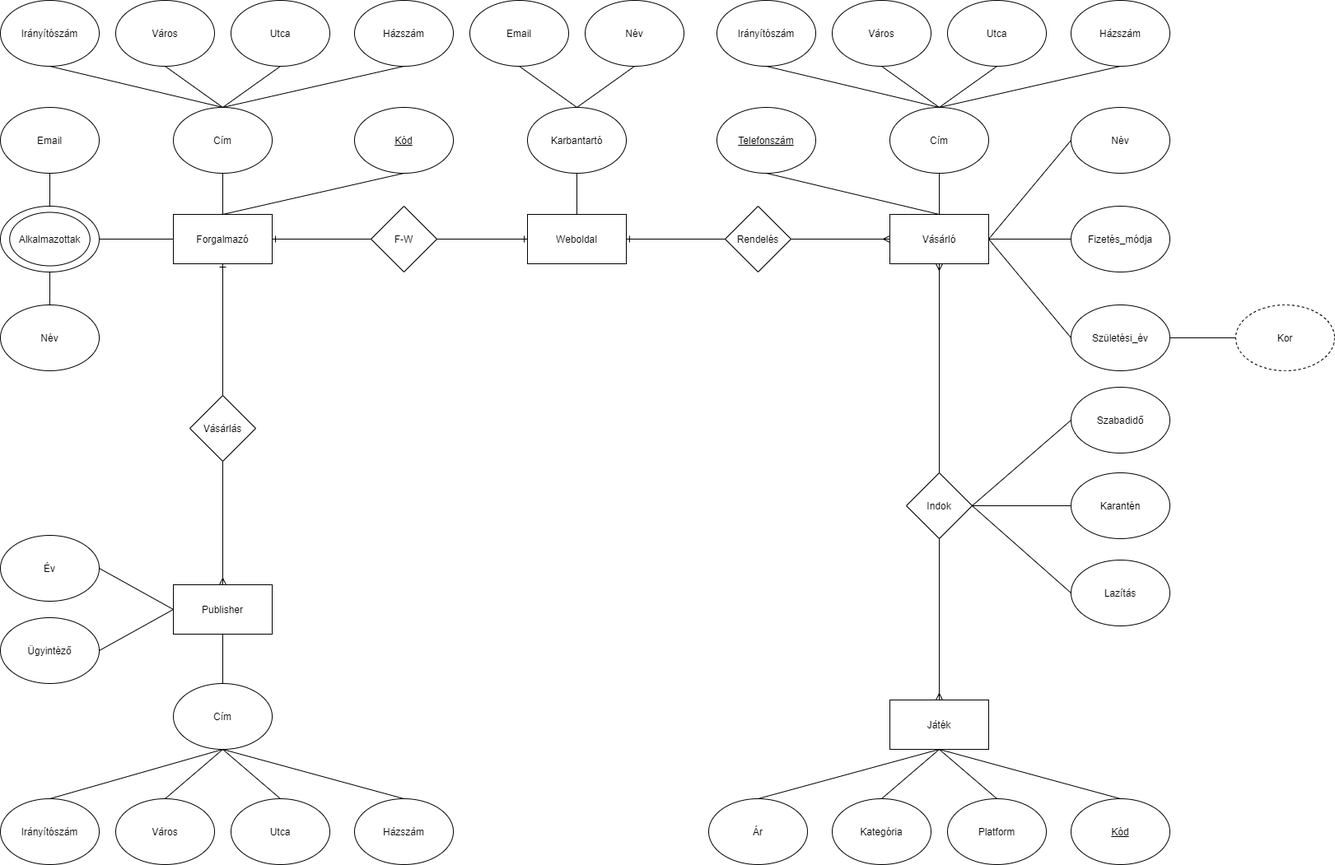
Above: XMLTaskBPWTW0/ERBPWTW0.png in martonmengyan/BPWTW0_XMLGyak (draw.io), before the change. Source tidied: cells renumbered, new cells last; positions are measured from the earlier drawing's top-left corner, leaving out a move shared by most shapes. The source it was exported from:
```xml
<mxGraphModel>
  <root>
    <mxCell id="0" />
    <mxCell id="1" parent="0" />
    <mxCell id="2" value="Forgalmazó" style="rounded=0;whiteSpace=wrap;html=1;" parent="1" vertex="1">
      <mxGeometry x="210" y="260" width="120" height="60" as="geometry" />
    </mxCell>
    <mxCell id="3" value="Cím" style="ellipse;whiteSpace=wrap;html=1;" parent="1" vertex="1">
      <mxGeometry x="210" y="130" width="120" height="80" as="geometry" />
    </mxCell>
    <mxCell id="4" value="Város" style="ellipse;whiteSpace=wrap;html=1;" parent="1" vertex="1">
      <mxGeometry x="140" width="120" height="80" as="geometry" />
    </mxCell>
    <mxCell id="5" value="Utca" style="ellipse;whiteSpace=wrap;html=1;" parent="1" vertex="1">
      <mxGeometry x="280" width="120" height="80" as="geometry" />
    </mxCell>
    <mxCell id="6" value="Irányítószám" style="ellipse;whiteSpace=wrap;html=1;" parent="1" vertex="1">
      <mxGeometry width="120" height="80" as="geometry" />
    </mxCell>
    <mxCell id="7" value="Házszám" style="ellipse;whiteSpace=wrap;html=1;" parent="1" vertex="1">
      <mxGeometry x="430" width="120" height="80" as="geometry" />
    </mxCell>
    <mxCell id="8" style="endArrow=none;html=1;exitX=0.5;exitY=1;exitDx=0;exitDy=0;entryX=0.5;entryY=0;entryDx=0;entryDy=0;" parent="1" edge="1" source="3" target="2">
      <mxGeometry relative="1" as="geometry" />
    </mxCell>
    <mxCell id="9" style="endArrow=none;html=1;exitX=0.5;exitY=0;exitDx=0;exitDy=0;entryX=0.5;entryY=1;entryDx=0;entryDy=0;" parent="1" edge="1" source="3" target="6">
      <mxGeometry relative="1" as="geometry" />
    </mxCell>
    <mxCell id="10" style="endArrow=none;html=1;exitX=0.5;exitY=1;exitDx=0;exitDy=0;entryX=0.5;entryY=0;entryDx=0;entryDy=0;" parent="1" edge="1" source="4" target="3">
      <mxGeometry relative="1" as="geometry" />
    </mxCell>
    <mxCell id="11" style="endArrow=none;html=1;exitX=0.5;exitY=1;exitDx=0;exitDy=0;entryX=0.5;entryY=0;entryDx=0;entryDy=0;" parent="1" edge="1" source="5" target="3">
      <mxGeometry relative="1" as="geometry" />
    </mxCell>
    <mxCell id="12" style="endArrow=none;html=1;exitX=0.5;exitY=1;exitDx=0;exitDy=0;entryX=0.5;entryY=0;entryDx=0;entryDy=0;" parent="1" edge="1" source="7" target="3">
      <mxGeometry relative="1" as="geometry" />
    </mxCell>
    <mxCell id="13" style="ellipse;whiteSpace=wrap;html=1;" parent="1" vertex="1">
      <mxGeometry y="250" width="120" height="80" as="geometry" />
    </mxCell>
    <mxCell id="14" style="endArrow=none;html=1;exitX=0;exitY=0.5;exitDx=0;exitDy=0;entryX=1;entryY=0.5;entryDx=0;entryDy=0;" parent="1" edge="1" source="2" target="13">
      <mxGeometry relative="1" as="geometry" />
    </mxCell>
    <mxCell id="15" value="Email" style="ellipse;whiteSpace=wrap;html=1;" parent="1" vertex="1">
      <mxGeometry y="130" width="120" height="80" as="geometry" />
    </mxCell>
    <mxCell id="16" value="Név" style="ellipse;whiteSpace=wrap;html=1;" parent="1" vertex="1">
      <mxGeometry y="370" width="120" height="80" as="geometry" />
    </mxCell>
    <mxCell id="17" value="Alkalmazottak" style="ellipse;whiteSpace=wrap;html=1;" parent="1" vertex="1">
      <mxGeometry x="11.2" y="257.5" width="97.5" height="65" as="geometry" />
    </mxCell>
    <mxCell id="18" style="endArrow=none;html=1;exitX=0.5;exitY=1;exitDx=0;exitDy=0;entryX=0.5;entryY=0;entryDx=0;entryDy=0;" parent="1" edge="1" source="15" target="13">
      <mxGeometry relative="1" as="geometry" />
    </mxCell>
    <mxCell id="19" style="endArrow=none;html=1;exitX=0.5;exitY=1;exitDx=0;exitDy=0;entryX=0.5;entryY=0;entryDx=0;entryDy=0;" parent="1" edge="1" source="13" target="16">
      <mxGeometry relative="1" as="geometry" />
    </mxCell>
    <mxCell id="20" value="&lt;u&gt;Kód&lt;/u&gt;" style="ellipse;whiteSpace=wrap;html=1;gradientColor=none;" parent="1" vertex="1">
      <mxGeometry x="430" y="130" width="120" height="80" as="geometry" />
    </mxCell>
    <mxCell id="21" style="endArrow=none;html=1;exitX=0.5;exitY=0;exitDx=0;exitDy=0;entryX=0.5;entryY=1;entryDx=0;entryDy=0;" parent="1" edge="1" source="2" target="20">
      <mxGeometry relative="1" as="geometry" />
    </mxCell>
    <mxCell id="22" style="endArrow=none;html=1;exitX=1;exitY=0.5;exitDx=0;exitDy=0;startArrow=ERone;startFill=0;" parent="1" edge="1" source="2">
      <mxGeometry relative="1" as="geometry">
        <mxPoint x="530" y="290" as="targetPoint" />
      </mxGeometry>
    </mxCell>
    <mxCell id="23" value="F-W" style="rhombus;whiteSpace=wrap;html=1;gradientColor=none;" parent="1" vertex="1">
      <mxGeometry x="450" y="250" width="80" height="80" as="geometry" />
    </mxCell>
    <mxCell id="24" style="endArrow=ERone;html=1;exitX=1;exitY=0.5;exitDx=0;exitDy=0;entryX=0;entryY=0.5;entryDx=0;entryDy=0;endFill=0;" parent="1" edge="1" source="23" target="25">
      <mxGeometry relative="1" as="geometry" />
    </mxCell>
    <mxCell id="25" value="Weboldal" style="rounded=0;whiteSpace=wrap;html=1;gradientColor=none;" parent="1" vertex="1">
      <mxGeometry x="640" y="260" width="120" height="60" as="geometry" />
    </mxCell>
    <mxCell id="26" value="Karbantartó" style="ellipse;whiteSpace=wrap;html=1;gradientColor=none;" parent="1" vertex="1">
      <mxGeometry x="640" y="130" width="120" height="80" as="geometry" />
    </mxCell>
    <mxCell id="27" value="Email" style="ellipse;whiteSpace=wrap;html=1;gradientColor=none;" parent="1" vertex="1">
      <mxGeometry x="570" width="120" height="80" as="geometry" />
    </mxCell>
    <mxCell id="28" value="Név" style="ellipse;whiteSpace=wrap;html=1;gradientColor=none;" parent="1" vertex="1">
      <mxGeometry x="710" width="120" height="80" as="geometry" />
    </mxCell>
    <mxCell id="29" style="endArrow=none;html=1;exitX=0.5;exitY=0;exitDx=0;exitDy=0;entryX=0.5;entryY=1;entryDx=0;entryDy=0;" parent="1" edge="1" source="25" target="26">
      <mxGeometry relative="1" as="geometry" />
    </mxCell>
    <mxCell id="30" style="endArrow=none;html=1;entryX=0.5;entryY=1;entryDx=0;entryDy=0;exitX=0.5;exitY=0;exitDx=0;exitDy=0;" parent="1" edge="1" source="26" target="27">
      <mxGeometry relative="1" as="geometry" />
    </mxCell>
    <mxCell id="31" style="endArrow=none;html=1;entryX=0.5;entryY=1;entryDx=0;entryDy=0;exitX=0.5;exitY=0;exitDx=0;exitDy=0;" parent="1" edge="1" source="26" target="28">
      <mxGeometry relative="1" as="geometry" />
    </mxCell>
    <mxCell id="32" value="Rendelés" style="rhombus;whiteSpace=wrap;html=1;gradientColor=none;" parent="1" vertex="1">
      <mxGeometry x="880" y="250" width="80" height="80" as="geometry" />
    </mxCell>
    <mxCell id="33" style="endArrow=none;html=1;entryX=0;entryY=0.5;entryDx=0;entryDy=0;exitX=1;exitY=0.5;exitDx=0;exitDy=0;startArrow=ERone;startFill=0;" parent="1" edge="1" source="25" target="32">
      <mxGeometry relative="1" as="geometry" />
    </mxCell>
    <mxCell id="34" value="Vásárló" style="rounded=0;whiteSpace=wrap;html=1;gradientColor=none;" parent="1" vertex="1">
      <mxGeometry x="1080" y="260" width="120" height="60" as="geometry" />
    </mxCell>
    <mxCell id="35" style="endArrow=none;html=1;entryX=1;entryY=0.5;entryDx=0;entryDy=0;endFill=0;startArrow=ERmany;startFill=0;" parent="1" edge="1" source="34" target="32">
      <mxGeometry relative="1" as="geometry" />
    </mxCell>
    <mxCell id="36" value="Cím" style="ellipse;whiteSpace=wrap;html=1;" parent="1" vertex="1">
      <mxGeometry x="1080" y="130" width="120" height="80" as="geometry" />
    </mxCell>
    <mxCell id="37" value="Város" style="ellipse;whiteSpace=wrap;html=1;" parent="1" vertex="1">
      <mxGeometry x="1010" width="120" height="80" as="geometry" />
    </mxCell>
    <mxCell id="38" value="Utca" style="ellipse;whiteSpace=wrap;html=1;" parent="1" vertex="1">
      <mxGeometry x="1150" width="120" height="80" as="geometry" />
    </mxCell>
    <mxCell id="39" value="Irányítószám" style="ellipse;whiteSpace=wrap;html=1;" parent="1" vertex="1">
      <mxGeometry x="870" width="120" height="80" as="geometry" />
    </mxCell>
    <mxCell id="40" value="Házszám" style="ellipse;whiteSpace=wrap;html=1;" parent="1" vertex="1">
      <mxGeometry x="1300" width="120" height="80" as="geometry" />
    </mxCell>
    <mxCell id="41" style="endArrow=none;html=1;exitX=0.5;exitY=0;exitDx=0;exitDy=0;entryX=0.5;entryY=1;entryDx=0;entryDy=0;" parent="1" edge="1" source="36" target="39">
      <mxGeometry relative="1" as="geometry" />
    </mxCell>
    <mxCell id="42" style="endArrow=none;html=1;exitX=0.5;exitY=1;exitDx=0;exitDy=0;entryX=0.5;entryY=0;entryDx=0;entryDy=0;" parent="1" edge="1" source="37" target="36">
      <mxGeometry relative="1" as="geometry" />
    </mxCell>
    <mxCell id="43" style="endArrow=none;html=1;exitX=0.5;exitY=1;exitDx=0;exitDy=0;entryX=0.5;entryY=0;entryDx=0;entryDy=0;" parent="1" edge="1" source="38" target="36">
      <mxGeometry relative="1" as="geometry" />
    </mxCell>
    <mxCell id="44" style="endArrow=none;html=1;exitX=0.5;exitY=1;exitDx=0;exitDy=0;entryX=0.5;entryY=0;entryDx=0;entryDy=0;" parent="1" edge="1" source="40" target="36">
      <mxGeometry relative="1" as="geometry" />
    </mxCell>
    <mxCell id="45" style="endArrow=none;html=1;exitX=0.5;exitY=0;exitDx=0;exitDy=0;entryX=0.5;entryY=1;entryDx=0;entryDy=0;" parent="1" edge="1" source="34" target="36">
      <mxGeometry relative="1" as="geometry" />
    </mxCell>
    <mxCell id="46" value="&lt;u&gt;Telefonszám&lt;/u&gt;" style="ellipse;whiteSpace=wrap;html=1;gradientColor=none;" parent="1" vertex="1">
      <mxGeometry x="870" y="130" width="120" height="80" as="geometry" />
    </mxCell>
    <mxCell id="47" style="endArrow=none;html=1;exitX=0.5;exitY=1;exitDx=0;exitDy=0;entryX=0.5;entryY=0;entryDx=0;entryDy=0;" parent="1" edge="1" source="46" target="34">
      <mxGeometry relative="1" as="geometry" />
    </mxCell>
    <mxCell id="48" value="Név" style="ellipse;whiteSpace=wrap;html=1;gradientColor=none;" parent="1" vertex="1">
      <mxGeometry x="1300" y="130" width="120" height="80" as="geometry" />
    </mxCell>
    <mxCell id="49" style="endArrow=none;html=1;exitX=1;exitY=0.5;exitDx=0;exitDy=0;entryX=0;entryY=0.5;entryDx=0;entryDy=0;" parent="1" edge="1" source="34" target="48">
      <mxGeometry relative="1" as="geometry" />
    </mxCell>
    <mxCell id="50" value="Fizetés_módja" style="ellipse;whiteSpace=wrap;html=1;gradientColor=none;" parent="1" vertex="1">
      <mxGeometry x="1300" y="250" width="120" height="80" as="geometry" />
    </mxCell>
    <mxCell id="51" style="endArrow=none;html=1;exitX=1;exitY=0.5;exitDx=0;exitDy=0;" parent="1" edge="1" source="34" target="50">
      <mxGeometry relative="1" as="geometry" />
    </mxCell>
    <mxCell id="52" value="Születési_év" style="ellipse;whiteSpace=wrap;html=1;gradientColor=none;" parent="1" vertex="1">
      <mxGeometry x="1300" y="370" width="120" height="80" as="geometry" />
    </mxCell>
    <mxCell id="53" value="Kor" style="ellipse;whiteSpace=wrap;html=1;gradientColor=none;dashed=1;" parent="1" vertex="1">
      <mxGeometry x="1500" y="370" width="120" height="80" as="geometry" />
    </mxCell>
    <mxCell id="54" style="endArrow=none;html=1;exitX=1;exitY=0.5;exitDx=0;exitDy=0;entryX=0;entryY=0.5;entryDx=0;entryDy=0;" parent="1" edge="1" source="34" target="52">
      <mxGeometry relative="1" as="geometry" />
    </mxCell>
    <mxCell id="55" style="endArrow=none;html=1;exitX=1;exitY=0.5;exitDx=0;exitDy=0;" parent="1" edge="1" source="52" target="53">
      <mxGeometry relative="1" as="geometry" />
    </mxCell>
    <mxCell id="56" value="Indok" style="rhombus;whiteSpace=wrap;html=1;gradientColor=none;" parent="1" vertex="1">
      <mxGeometry x="1100" y="574" width="80" height="80" as="geometry" />
    </mxCell>
    <mxCell id="57" style="endArrow=none;html=1;exitX=0.5;exitY=1;exitDx=0;exitDy=0;entryX=0.5;entryY=0;entryDx=0;entryDy=0;endFill=0;startArrow=ERmany;startFill=0;" parent="1" edge="1" source="34" target="56">
      <mxGeometry relative="1" as="geometry" />
    </mxCell>
    <mxCell id="58" value="Szabadidő" style="ellipse;whiteSpace=wrap;html=1;gradientColor=none;" parent="1" vertex="1">
      <mxGeometry x="1300" y="470" width="120" height="80" as="geometry" />
    </mxCell>
    <mxCell id="59" value="Karantén" style="ellipse;whiteSpace=wrap;html=1;gradientColor=none;" parent="1" vertex="1">
      <mxGeometry x="1300" y="574" width="120" height="80" as="geometry" />
    </mxCell>
    <mxCell id="60" value="Lazítás" style="ellipse;whiteSpace=wrap;html=1;gradientColor=none;" parent="1" vertex="1">
      <mxGeometry x="1300" y="680" width="120" height="80" as="geometry" />
    </mxCell>
    <mxCell id="61" style="endArrow=none;html=1;exitX=0;exitY=0.5;exitDx=0;exitDy=0;entryX=1;entryY=0.5;entryDx=0;entryDy=0;" parent="1" edge="1" source="58" target="56">
      <mxGeometry relative="1" as="geometry" />
    </mxCell>
    <mxCell id="62" style="endArrow=none;html=1;exitX=0;exitY=0.5;exitDx=0;exitDy=0;entryX=1;entryY=0.5;entryDx=0;entryDy=0;" parent="1" edge="1" source="59" target="56">
      <mxGeometry relative="1" as="geometry" />
    </mxCell>
    <mxCell id="63" style="endArrow=none;html=1;exitX=0;exitY=0.5;exitDx=0;exitDy=0;entryX=1;entryY=0.5;entryDx=0;entryDy=0;" parent="1" edge="1" source="60" target="56">
      <mxGeometry relative="1" as="geometry" />
    </mxCell>
    <mxCell id="64" value="Játék" style="rounded=0;whiteSpace=wrap;html=1;gradientColor=none;" parent="1" vertex="1">
      <mxGeometry x="1080" y="850" width="120" height="60" as="geometry" />
    </mxCell>
    <mxCell id="65" style="endArrow=ERmany;html=1;exitX=0.5;exitY=1;exitDx=0;exitDy=0;entryX=0.5;entryY=0;entryDx=0;entryDy=0;startArrow=none;startFill=0;endFill=0;" parent="1" edge="1" source="56" target="64">
      <mxGeometry relative="1" as="geometry" />
    </mxCell>
    <mxCell id="66" value="Kategória" style="ellipse;whiteSpace=wrap;html=1;gradientColor=none;" parent="1" vertex="1">
      <mxGeometry x="1010" y="970" width="120" height="80" as="geometry" />
    </mxCell>
    <mxCell id="67" value="Platform" style="ellipse;whiteSpace=wrap;html=1;gradientColor=none;" parent="1" vertex="1">
      <mxGeometry x="1150" y="970" width="120" height="80" as="geometry" />
    </mxCell>
    <mxCell id="68" value="Ár" style="ellipse;whiteSpace=wrap;html=1;gradientColor=none;" parent="1" vertex="1">
      <mxGeometry x="860" y="970" width="120" height="80" as="geometry" />
    </mxCell>
    <mxCell id="69" value="&lt;u&gt;Kód&lt;/u&gt;" style="ellipse;whiteSpace=wrap;html=1;gradientColor=none;" parent="1" vertex="1">
      <mxGeometry x="1300" y="970" width="120" height="80" as="geometry" />
    </mxCell>
    <mxCell id="70" style="endArrow=none;html=1;exitX=0.5;exitY=0;exitDx=0;exitDy=0;entryX=0.5;entryY=1;entryDx=0;entryDy=0;" parent="1" edge="1" source="68" target="64">
      <mxGeometry relative="1" as="geometry" />
    </mxCell>
    <mxCell id="71" style="endArrow=none;html=1;exitX=0.5;exitY=0;exitDx=0;exitDy=0;entryX=0.5;entryY=1;entryDx=0;entryDy=0;" parent="1" edge="1" source="66" target="64">
      <mxGeometry relative="1" as="geometry" />
    </mxCell>
    <mxCell id="72" style="endArrow=none;html=1;exitX=0.5;exitY=0;exitDx=0;exitDy=0;entryX=0.5;entryY=1;entryDx=0;entryDy=0;" parent="1" edge="1" source="67" target="64">
      <mxGeometry relative="1" as="geometry" />
    </mxCell>
    <mxCell id="73" style="endArrow=none;html=1;exitX=0.5;exitY=0;exitDx=0;exitDy=0;" parent="1" edge="1" source="69">
      <mxGeometry relative="1" as="geometry">
        <mxPoint x="1140" y="910" as="targetPoint" />
      </mxGeometry>
    </mxCell>
    <mxCell id="74" value="Vásárlás" style="rhombus;whiteSpace=wrap;html=1;gradientColor=none;" parent="1" vertex="1">
      <mxGeometry x="230" y="480" width="80" height="80" as="geometry" />
    </mxCell>
    <mxCell id="75" style="endArrow=none;html=1;exitX=0.5;exitY=1;exitDx=0;exitDy=0;entryX=0.5;entryY=0;entryDx=0;entryDy=0;endFill=0;startArrow=ERone;startFill=0;" parent="1" edge="1" source="2" target="74">
      <mxGeometry relative="1" as="geometry" />
    </mxCell>
    <mxCell id="76" value="Publisher" style="rounded=0;whiteSpace=wrap;html=1;gradientColor=none;" parent="1" vertex="1">
      <mxGeometry x="210" y="710" width="120" height="60" as="geometry" />
    </mxCell>
    <mxCell id="77" style="endArrow=ERmany;html=1;exitX=0.5;exitY=1;exitDx=0;exitDy=0;entryX=0.5;entryY=0;entryDx=0;entryDy=0;endFill=0;" parent="1" edge="1" source="74" target="76">
      <mxGeometry relative="1" as="geometry" />
    </mxCell>
    <mxCell id="78" value="Cím" style="ellipse;whiteSpace=wrap;html=1;" parent="1" vertex="1">
      <mxGeometry x="210" y="830" width="120" height="80" as="geometry" />
    </mxCell>
    <mxCell id="79" value="Város" style="ellipse;whiteSpace=wrap;html=1;" parent="1" vertex="1">
      <mxGeometry x="140" y="970" width="120" height="80" as="geometry" />
    </mxCell>
    <mxCell id="80" value="Utca" style="ellipse;whiteSpace=wrap;html=1;" parent="1" vertex="1">
      <mxGeometry x="280" y="970" width="120" height="80" as="geometry" />
    </mxCell>
    <mxCell id="81" value="Irányítószám" style="ellipse;whiteSpace=wrap;html=1;" parent="1" vertex="1">
      <mxGeometry y="970" width="120" height="80" as="geometry" />
    </mxCell>
    <mxCell id="82" value="Házszám" style="ellipse;whiteSpace=wrap;html=1;" parent="1" vertex="1">
      <mxGeometry x="430" y="970" width="120" height="80" as="geometry" />
    </mxCell>
    <mxCell id="83" style="endArrow=none;html=1;exitX=0.5;exitY=1;exitDx=0;exitDy=0;entryX=0.5;entryY=0;entryDx=0;entryDy=0;" parent="1" edge="1" source="78" target="81">
      <mxGeometry relative="1" as="geometry" />
    </mxCell>
    <mxCell id="84" style="endArrow=none;html=1;exitX=0.5;exitY=0;exitDx=0;exitDy=0;entryX=0.5;entryY=1;entryDx=0;entryDy=0;" parent="1" edge="1" source="79" target="78">
      <mxGeometry relative="1" as="geometry" />
    </mxCell>
    <mxCell id="85" style="endArrow=none;html=1;exitX=0.5;exitY=0;exitDx=0;exitDy=0;entryX=0.5;entryY=1;entryDx=0;entryDy=0;" parent="1" edge="1" source="80" target="78">
      <mxGeometry relative="1" as="geometry" />
    </mxCell>
    <mxCell id="86" style="endArrow=none;html=1;exitX=0.5;exitY=0;exitDx=0;exitDy=0;entryX=0.5;entryY=1;entryDx=0;entryDy=0;" parent="1" edge="1" source="82" target="78">
      <mxGeometry relative="1" as="geometry" />
    </mxCell>
    <mxCell id="87" style="endArrow=none;html=1;exitX=0.5;exitY=1;exitDx=0;exitDy=0;entryX=0.5;entryY=0;entryDx=0;entryDy=0;" parent="1" edge="1" source="76" target="78">
      <mxGeometry relative="1" as="geometry" />
    </mxCell>
    <mxCell id="88" value="Ügyintéző" style="ellipse;whiteSpace=wrap;html=1;gradientColor=none;" parent="1" vertex="1">
      <mxGeometry y="750" width="120" height="80" as="geometry" />
    </mxCell>
    <mxCell id="89" value="Év" style="ellipse;whiteSpace=wrap;html=1;gradientColor=none;" parent="1" vertex="1">
      <mxGeometry y="650" width="120" height="80" as="geometry" />
    </mxCell>
    <mxCell id="90" style="endArrow=none;html=1;exitX=1;exitY=0.5;exitDx=0;exitDy=0;entryX=0;entryY=0.5;entryDx=0;entryDy=0;" parent="1" edge="1" source="89" target="76">
      <mxGeometry relative="1" as="geometry" />
    </mxCell>
    <mxCell id="91" style="endArrow=none;html=1;exitX=1;exitY=0.5;exitDx=0;exitDy=0;entryX=0;entryY=0.5;entryDx=0;entryDy=0;" parent="1" edge="1" source="88" target="76">
      <mxGeometry relative="1" as="geometry" />
    </mxCell>
  </root>
</mxGraphModel>
```
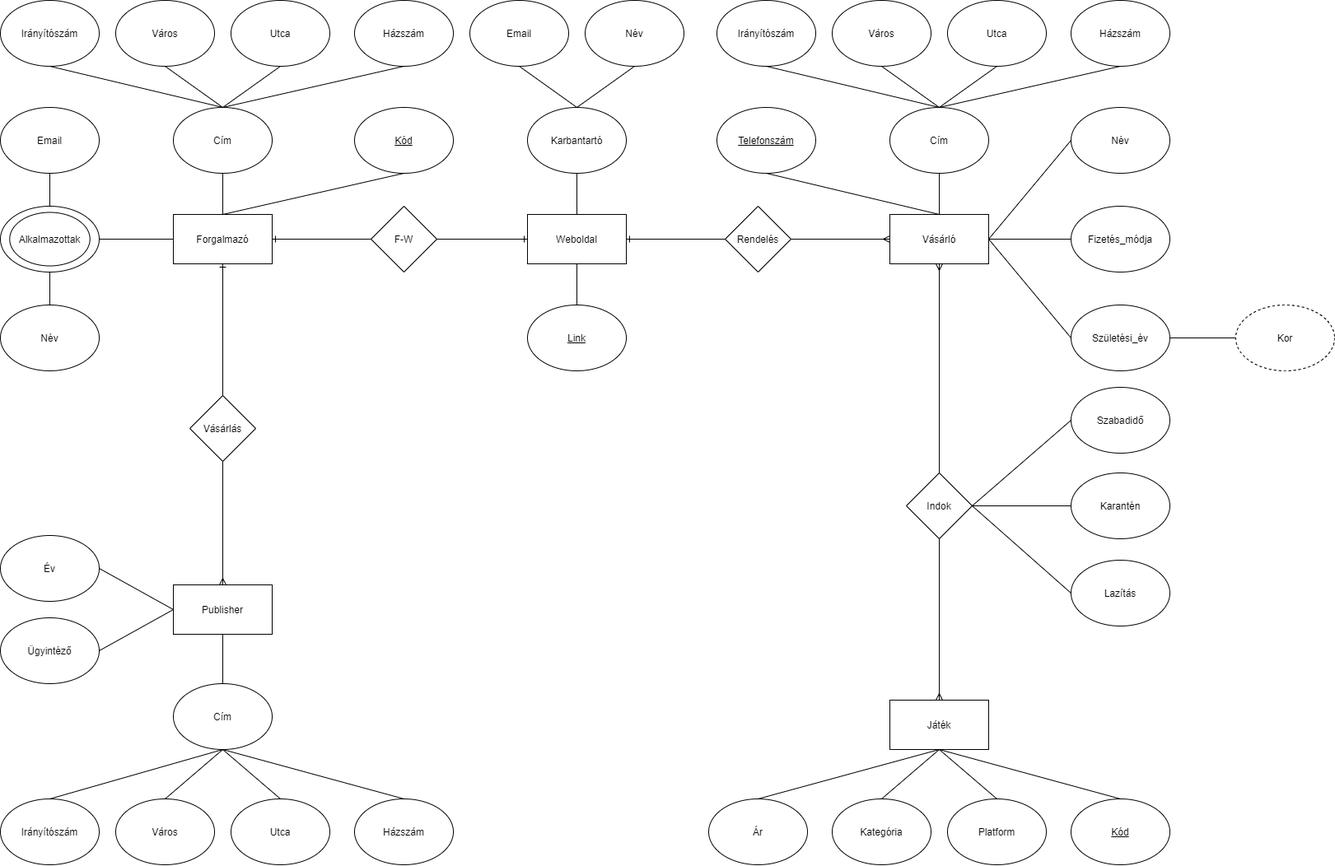
The same diagram one commit later.

Diff of the diagram source:
```diff
@@ -276,5 +276,11 @@
     <mxCell id="91" style="endArrow=none;html=1;exitX=1;exitY=0.5;exitDx=0;exitDy=0;entryX=0;entryY=0.5;entryDx=0;entryDy=0;" parent="1" edge="1" source="88" target="76">
       <mxGeometry relative="1" as="geometry" />
     </mxCell>
+    <mxCell id="92" value="&lt;u&gt;Link&lt;/u&gt;" style="ellipse;whiteSpace=wrap;html=1;gradientColor=none;" parent="1" vertex="1">
+      <mxGeometry x="640" y="370" width="120" height="80" as="geometry" />
+    </mxCell>
+    <mxCell id="93" style="endArrow=none;html=1;entryX=0.5;entryY=1;entryDx=0;entryDy=0;exitX=0.5;exitY=0;exitDx=0;exitDy=0;" parent="1" edge="1" source="92" target="25">
+      <mxGeometry relative="1" as="geometry" />
+    </mxCell>
   </root>
 </mxGraphModel>
```
